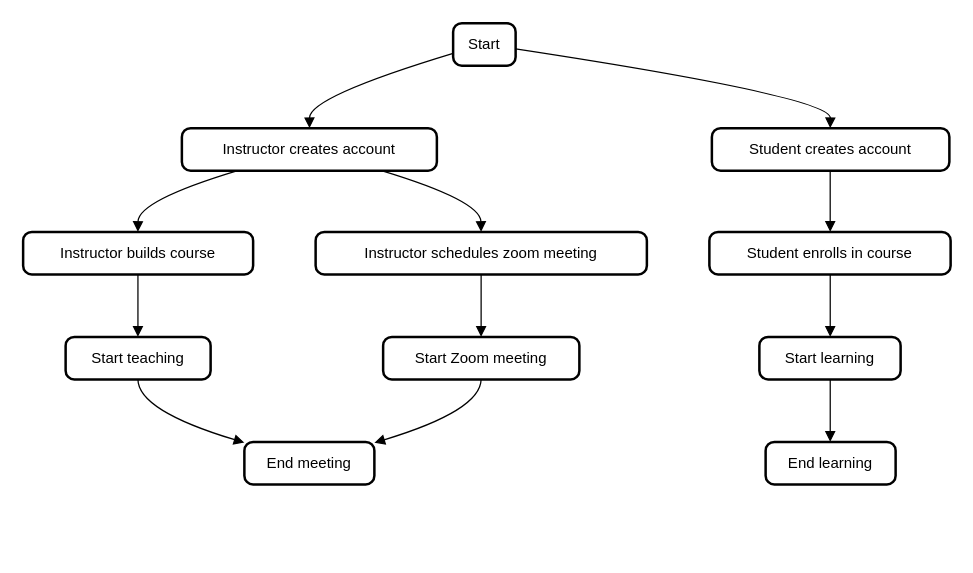
The draw.io diagram Untitled Diagram.drawio in kuldeepkaware123/BIST, before the edit. Source tidied: cells renumbered, new cells numbered last; positions are measured from the earlier drawing's top-left corner, leaving out a move shared by most shapes. Both pictures are drawn from the tidied source at 125%, with x=0, y=0 at pixel (22, 22).
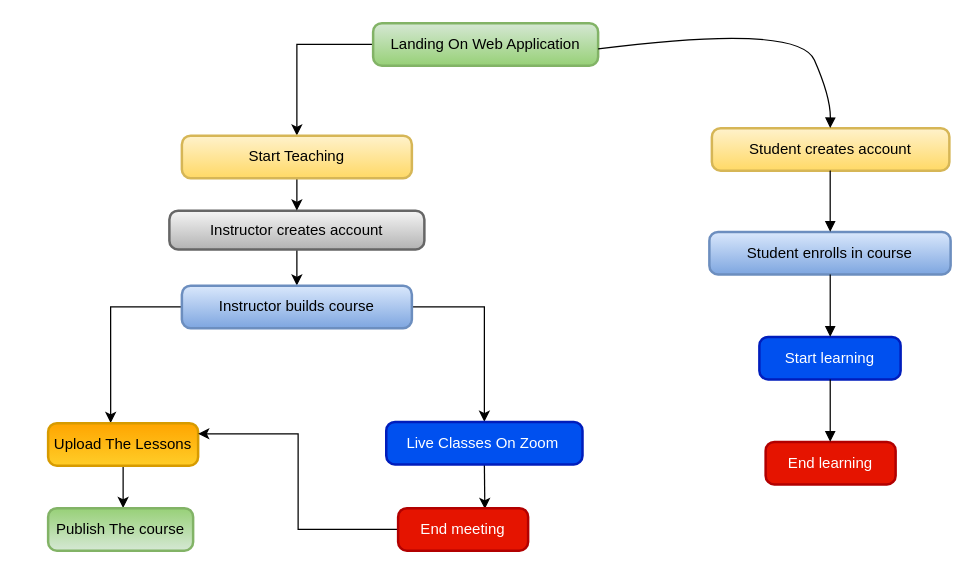
Above is the later version.

What changed in the source:
```diff
@@
+    <mxCell id="24" style="edgeStyle=orthogonalEdgeStyle;rounded=0;jettySize=auto;html=1;exitX=0;exitY=0.5;exitDx=0;exitDy=0;" parent="1" edge="1" source="2" target="30">
+      <mxGeometry relative="1" as="geometry" />
+    </mxCell>
-    <mxCell id="2" value="Start" style="rounded=1;absoluteArcSize=1;arcSize=14;whiteSpace=wrap;strokeWidth=2;" parent="1" vertex="1">
-      <mxGeometry x="344" width="50" height="34" as="geometry" />
+    <mxCell id="2" value="Landing On Web Application" style="rounded=1;absoluteArcSize=1;arcSize=14;whiteSpace=wrap;strokeWidth=2;fillColor=#d5e8d4;strokeColor=#82b366;gradientColor=#97d077;" parent="1" vertex="1">
+      <mxGeometry x="280" width="180" height="34" as="geometry" />
     </mxCell>
+    <mxCell id="14" style="edgeStyle=orthogonalEdgeStyle;rounded=0;jettySize=auto;html=1;exitX=0.5;exitY=1;exitDx=0;exitDy=0;entryX=0.5;entryY=0;entryDx=0;entryDy=0;" parent="1" edge="1" source="3" target="4">
+      <mxGeometry relative="1" as="geometry" />
+    </mxCell>
-    <mxCell id="3" value="Instructor creates account" style="rounded=1;absoluteArcSize=1;arcSize=14;whiteSpace=wrap;strokeWidth=2;" parent="1" vertex="1">
-      <mxGeometry x="127" y="84" width="204" height="34" as="geometry" />
+    <mxCell id="3" value="Instructor creates account" style="rounded=1;absoluteArcSize=1;arcSize=14;whiteSpace=wrap;strokeWidth=2;fillColor=#f5f5f5;strokeColor=#666666;gradientColor=#b3b3b3;" parent="1" vertex="1">
+      <mxGeometry x="117" y="150" width="204" height="31" as="geometry" />
     </mxCell>
+    <mxCell id="17" style="edgeStyle=orthogonalEdgeStyle;rounded=0;jettySize=auto;html=1;exitX=0;exitY=0.5;exitDx=0;exitDy=0;entryX=0.417;entryY=0;entryDx=0;entryDy=0;entryPerimeter=0;" parent="1" edge="1" source="4" target="7">
+      <mxGeometry relative="1" as="geometry" />
+    </mxCell>
+    <mxCell id="25" style="edgeStyle=orthogonalEdgeStyle;rounded=0;jettySize=auto;html=1;exitX=1;exitY=0.5;exitDx=0;exitDy=0;entryX=0.5;entryY=0;entryDx=0;entryDy=0;" parent="1" edge="1" source="4" target="6">
+      <mxGeometry relative="1" as="geometry" />
+    </mxCell>
-    <mxCell id="4" value="Instructor builds course" style="rounded=1;absoluteArcSize=1;arcSize=14;whiteSpace=wrap;strokeWidth=2;" parent="1" vertex="1">
-      <mxGeometry y="167" width="184" height="34" as="geometry" />
+    <mxCell id="4" value="Instructor builds course" style="rounded=1;absoluteArcSize=1;arcSize=14;whiteSpace=wrap;strokeWidth=2;gradientColor=#7ea6e0;fillColor=#dae8fc;strokeColor=#6c8ebf;" parent="1" vertex="1">
+      <mxGeometry x="127" y="210" width="184" height="34" as="geometry" />
     </mxCell>
-    <mxCell id="5" value="Instructor schedules zoom meeting" style="rounded=1;absoluteArcSize=1;arcSize=14;whiteSpace=wrap;strokeWidth=2;" parent="1" vertex="1">
-      <mxGeometry x="234" y="167" width="265" height="34" as="geometry" />
-    </mxCell>
+    <mxCell id="19" style="edgeStyle=orthogonalEdgeStyle;rounded=0;jettySize=auto;html=1;exitX=0.5;exitY=1;exitDx=0;exitDy=0;entryX=0.667;entryY=0.02;entryDx=0;entryDy=0;entryPerimeter=0;" parent="1" edge="1" source="6" target="8">
+      <mxGeometry relative="1" as="geometry" />
+    </mxCell>
-    <mxCell id="6" value="Start Zoom meeting" style="rounded=1;absoluteArcSize=1;arcSize=14;whiteSpace=wrap;strokeWidth=2;" parent="1" vertex="1">
-      <mxGeometry x="288" y="251" width="157" height="34" as="geometry" />
+    <mxCell id="6" value="Live Classes On Zoom " style="rounded=1;absoluteArcSize=1;arcSize=14;whiteSpace=wrap;strokeWidth=2;fillColor=#0050ef;strokeColor=#001DBC;fontColor=#ffffff;" parent="1" vertex="1">
+      <mxGeometry x="290.5" y="319" width="157" height="34" as="geometry" />
     </mxCell>
+    <mxCell id="26" style="edgeStyle=orthogonalEdgeStyle;rounded=0;orthogonalLoop=1;jettySize=auto;html=1;" parent="1" edge="1">
+      <mxGeometry relative="1" as="geometry">
+        <mxPoint x="90" y="270" as="sourcePoint" />
+        <mxPoint x="90" y="270" as="targetPoint" />
+      </mxGeometry>
+    </mxCell>
+    <mxCell id="27" style="edgeStyle=orthogonalEdgeStyle;rounded=0;jettySize=auto;html=1;" parent="1" edge="1" source="7" target="31">
+      <mxGeometry relative="1" as="geometry">
+        <Array as="points">
+          <mxPoint x="78" y="340" />
+          <mxPoint x="78" y="340" />
+        </Array>
+      </mxGeometry>
+    </mxCell>
-    <mxCell id="7" value="Start teaching" style="rounded=1;absoluteArcSize=1;arcSize=14;whiteSpace=wrap;strokeWidth=2;" parent="1" vertex="1">
-      <mxGeometry x="34" y="251" width="116" height="34" as="geometry" />
+    <mxCell id="7" value="Upload The Lessons" style="rounded=1;absoluteArcSize=1;arcSize=14;whiteSpace=wrap;strokeWidth=2;fillColor=#ffcd28;strokeColor=#d79b00;gradientDirection=north;gradientColor=#ffa500;" parent="1" vertex="1">
+      <mxGeometry x="20" y="320" width="120" height="34" as="geometry" />
     </mxCell>
-    <mxCell id="8" value="End meeting" style="rounded=1;absoluteArcSize=1;arcSize=14;whiteSpace=wrap;strokeWidth=2;" parent="1" vertex="1">
-      <mxGeometry x="177" y="335" width="104" height="34" as="geometry" />
-    </mxCell>
-    <mxCell id="9" value="Student creates account" style="rounded=1;absoluteArcSize=1;arcSize=14;whiteSpace=wrap;strokeWidth=2;" parent="1" vertex="1">
+    <mxCell id="9" value="Student creates account" style="rounded=1;absoluteArcSize=1;arcSize=14;whiteSpace=wrap;strokeWidth=2;fillColor=#fff2cc;strokeColor=#d6b656;gradientColor=#ffd966;" parent="1" vertex="1">
       <mxGeometry x="551" y="84" width="190" height="34" as="geometry" />
     </mxCell>
-    <mxCell id="10" value="Student enrolls in course" style="rounded=1;absoluteArcSize=1;arcSize=14;whiteSpace=wrap;strokeWidth=2;" parent="1" vertex="1">
+    <mxCell id="10" value="Student enrolls in course" style="rounded=1;absoluteArcSize=1;arcSize=14;whiteSpace=wrap;strokeWidth=2;fillColor=#dae8fc;gradientColor=#7ea6e0;strokeColor=#6c8ebf;" parent="1" vertex="1">
       <mxGeometry x="549" y="167" width="193" height="34" as="geometry" />
     </mxCell>
-    <mxCell id="11" value="Start learning" style="rounded=1;absoluteArcSize=1;arcSize=14;whiteSpace=wrap;strokeWidth=2;" parent="1" vertex="1">
+    <mxCell id="11" value="Start learning" style="rounded=1;absoluteArcSize=1;arcSize=14;whiteSpace=wrap;strokeWidth=2;fillColor=#0050ef;strokeColor=#001DBC;fontColor=#ffffff;" parent="1" vertex="1">
       <mxGeometry x="589" y="251" width="113" height="34" as="geometry" />
     </mxCell>
-    <mxCell id="12" value="End learning" style="rounded=1;absoluteArcSize=1;arcSize=14;whiteSpace=wrap;strokeWidth=2;" parent="1" vertex="1">
+    <mxCell id="12" value="End learning" style="rounded=1;absoluteArcSize=1;arcSize=14;whiteSpace=wrap;strokeWidth=2;fillColor=#e51400;fontColor=#ffffff;strokeColor=#B20000;" parent="1" vertex="1">
       <mxGeometry x="594" y="335" width="104" height="34" as="geometry" />
     </mxCell>
-    <mxCell id="13" style="curved=1;startArrow=none;endArrow=block;exitX=-0.00543182373046875;exitY=0.7156635541184585;entryX=0.5006026099709904;entryY=-0.00980388416963465;" parent="1" edge="1" source="2" target="3">
-      <mxGeometry relative="1" as="geometry">
-        <Array as="points">
-          <mxPoint x="229" y="59" />
-        </Array>
-      </mxGeometry>
-    </mxCell>
-    <mxCell id="14" style="curved=1;startArrow=none;endArrow=block;exitX=0.22982324502042895;exitY=0.9803922316607308;entryX=0.49916217638098676;entryY=0.009803996366613051;" parent="1" edge="1" source="3" target="4">
-      <mxGeometry relative="1" as="geometry">
-        <Array as="points">
-          <mxPoint x="92" y="142" />
-        </Array>
-      </mxGeometry>
-    </mxCell>
-    <mxCell id="15" style="curved=1;startArrow=none;endArrow=block;exitX=0.7713819749215517;exitY=0.9803922316607308;entryX=0.4996227336379717;entryY=0.009803996366613051;" parent="1" edge="1" source="3" target="5">
-      <mxGeometry relative="1" as="geometry">
-        <Array as="points">
-          <mxPoint x="366" y="142" />
-        </Array>
-      </mxGeometry>
-    </mxCell>
-    <mxCell id="16" style="curved=1;startArrow=none;endArrow=block;exitX=0.4996227336379717;exitY=1.0000001121969784;entryX=0.49936321282842355;entryY=1.1219697840073529e-7;" parent="1" edge="1" source="5" target="6">
-      <mxGeometry relative="1" as="geometry" />
-    </mxCell>
-    <mxCell id="17" style="curved=1;startArrow=none;endArrow=block;exitX=0.49916217638098676;exitY=1.0000001121969784;entryX=0.49867103839742727;entryY=1.1219697840073529e-7;" parent="1" edge="1" source="4" target="7">
-      <mxGeometry relative="1" as="geometry" />
-    </mxCell>
-    <mxCell id="18" style="curved=1;startArrow=none;endArrow=block;exitX=0.49867103839742727;exitY=0.9901962280273438;entryX=-0.0010615862332857572;entryY=0.01713540585262261;" parent="1" edge="1" source="7" target="8">
-      <mxGeometry relative="1" as="geometry">
-        <Array as="points">
-          <mxPoint x="92" y="310" />
-        </Array>
-      </mxGeometry>
-    </mxCell>
-    <mxCell id="19" style="curved=1;startArrow=none;endArrow=block;exitX=0.49936321282842355;exitY=0.9901962280273438;entryX=1.0034256715040941;entryY=0.01713540585262261;" parent="1" edge="1" source="6" target="8">
-      <mxGeometry relative="1" as="geometry">
-        <Array as="points">
-          <mxPoint x="366" y="310" />
-        </Array>
-      </mxGeometry>
-    </mxCell>
     <mxCell id="20" style="curved=1;startArrow=none;endArrow=block;exitX=0.9958494567871093;exitY=0.6063208547115032;entryX=0.49828969051963407;entryY=-0.00980388416963465;" parent="1" edge="1" source="2" target="9">
       <mxGeometry relative="1" as="geometry">
         <Array as="points">
+          <mxPoint x="620" />
           <mxPoint x="646" y="59" />
         </Array>
       </mxGeometry>
     </mxCell>
@@
+    <mxCell id="28" style="edgeStyle=orthogonalEdgeStyle;rounded=0;jettySize=auto;html=1;exitX=0;exitY=0.5;exitDx=0;exitDy=0;entryX=1;entryY=0.25;entryDx=0;entryDy=0;" parent="1" edge="1" source="8" target="7">
+      <mxGeometry relative="1" as="geometry" />
+    </mxCell>
+    <mxCell id="8" value="End meeting" style="rounded=1;absoluteArcSize=1;arcSize=14;whiteSpace=wrap;strokeWidth=2;fillColor=#e51400;fontColor=#ffffff;strokeColor=#B20000;" parent="1" vertex="1">
+      <mxGeometry x="300" y="388" width="104" height="34" as="geometry" />
+    </mxCell>
+    <mxCell id="29" style="edgeStyle=orthogonalEdgeStyle;rounded=0;jettySize=auto;html=1;exitX=0.5;exitY=1;exitDx=0;exitDy=0;entryX=0.5;entryY=0;entryDx=0;entryDy=0;" parent="1" edge="1" source="30" target="3">
+      <mxGeometry relative="1" as="geometry" />
+    </mxCell>
+    <mxCell id="30" value="Start Teaching" style="rounded=1;absoluteArcSize=1;arcSize=14;whiteSpace=wrap;strokeWidth=2;fillColor=#fff2cc;strokeColor=#d6b656;gradientColor=#ffd966;" parent="1" vertex="1">
+      <mxGeometry x="127" y="90" width="184" height="34" as="geometry" />
+    </mxCell>
+    <mxCell id="31" value="Publish The course" style="rounded=1;absoluteArcSize=1;arcSize=14;whiteSpace=wrap;strokeWidth=2;fillColor=#d5e8d4;strokeColor=#82b366;gradientDirection=north;gradientColor=#97d077;" parent="1" vertex="1">
+      <mxGeometry x="20" y="388" width="116" height="34" as="geometry" />
+    </mxCell>
```
